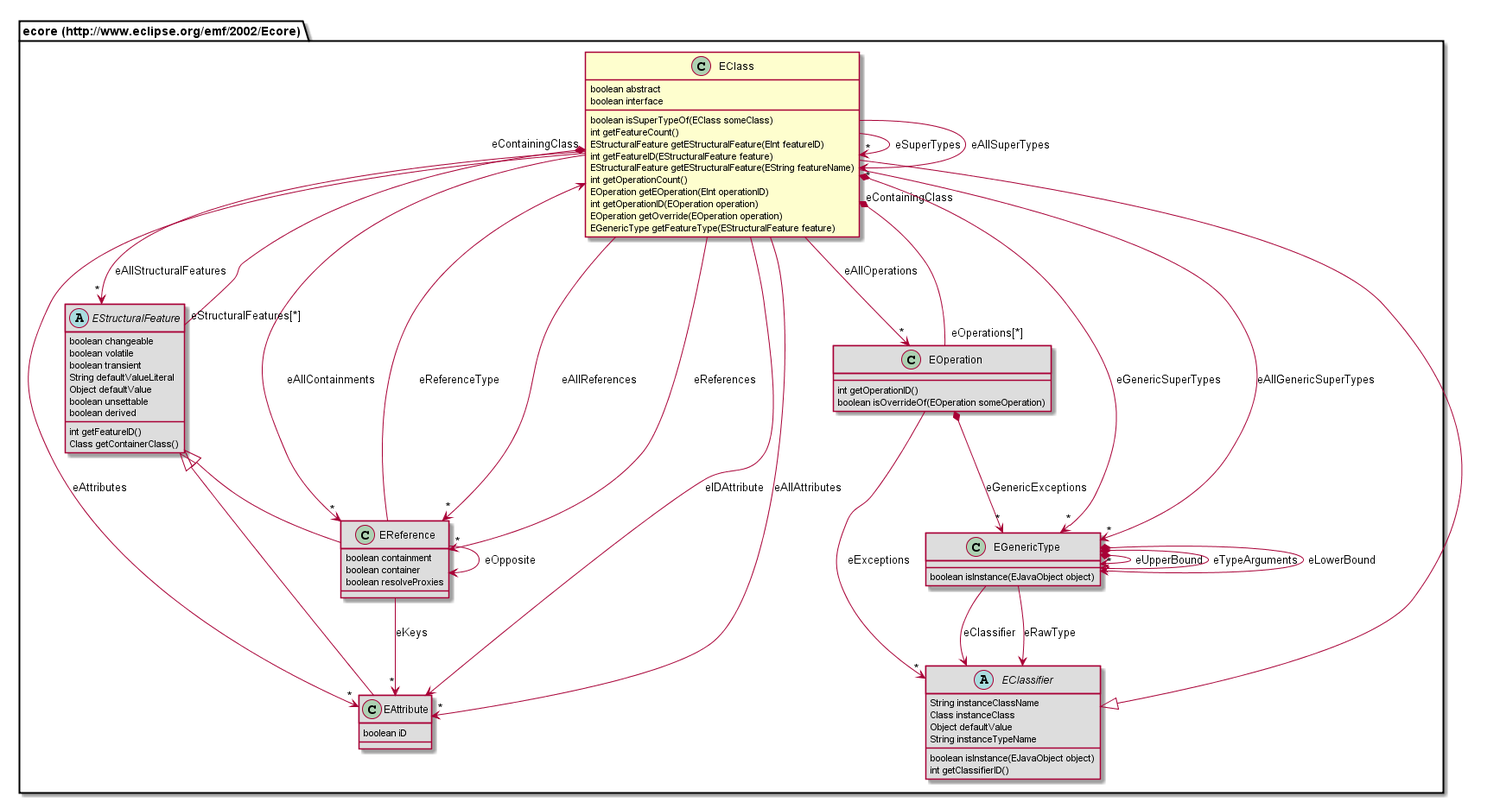
Nasdanika/codegen keeps this PlantUML diagram as org.nasdanika.codegen.editor/doc/model/687474703a2f2f7777772e65636c697073652e6f72672f656d662f323030322f45636f7265/EClass.png. Above is the earlier version.
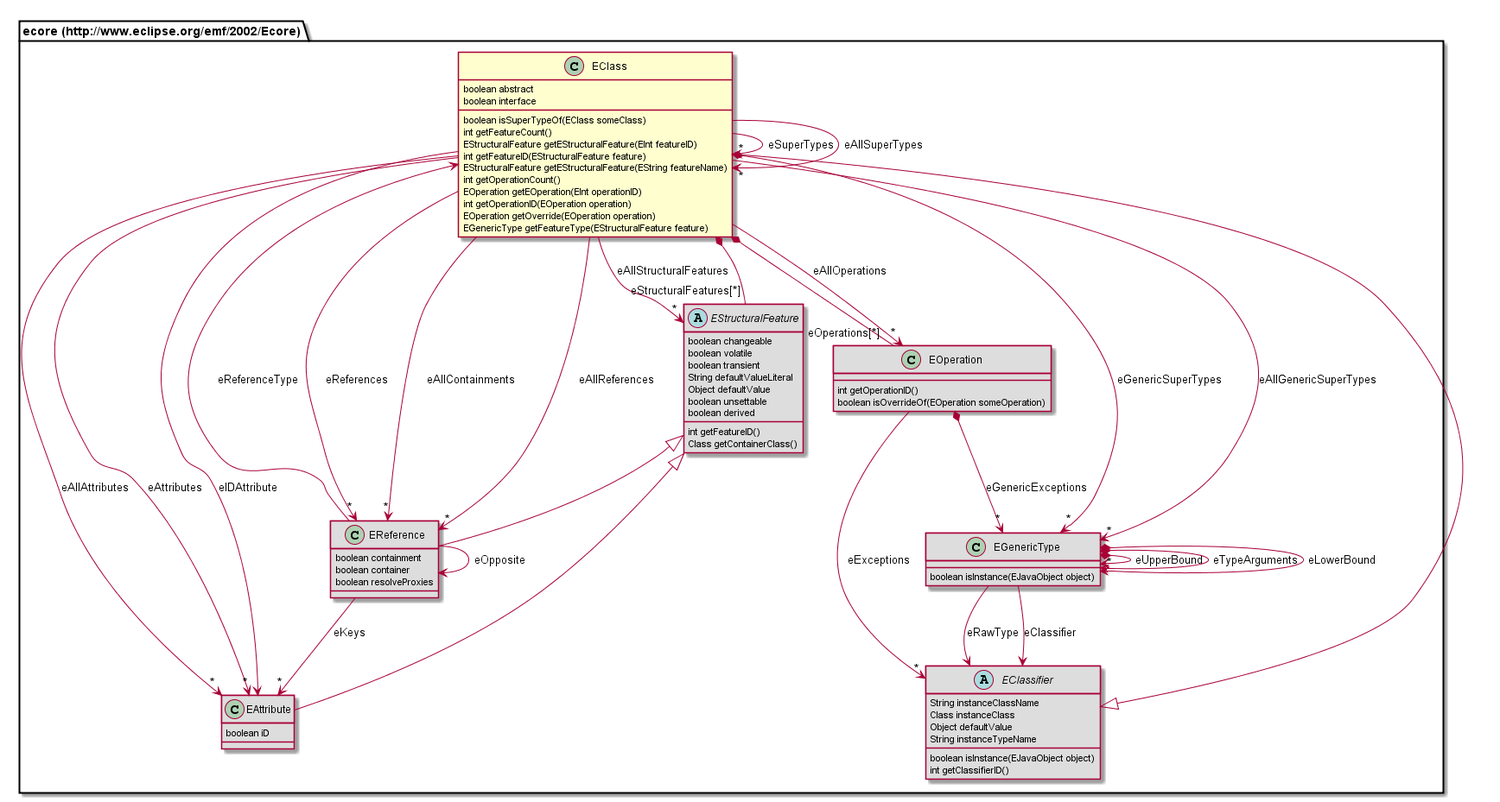
After the commit.

Diff of the diagram source:
```diff
@@ -32,9 +32,8 @@
 class "ecore (http://www.eclipse.org/emf/2002/Ecore).EGenericType" #DDDDDD {
 	boolean isInstance(EJavaObject object)
 }
-class "ecore (http://www.eclipse.org/emf/2002/Ecore).EOperation" #DDDDDD {
-	int getOperationID()
-	boolean isOverrideOf(EOperation someOperation)
+class "ecore (http://www.eclipse.org/emf/2002/Ecore).EAttribute" #DDDDDD {
+	boolean iD
 }
 abstract class "ecore (http://www.eclipse.org/emf/2002/Ecore).EClassifier" #DDDDDD {
 	String instanceClassName
@@ -44,25 +43,15 @@
 	boolean isInstance(EJavaObject object)
 	int getClassifierID()
 }
-class "ecore (http://www.eclipse.org/emf/2002/Ecore).EAttribute" #DDDDDD {
-	boolean iD
+class "ecore (http://www.eclipse.org/emf/2002/Ecore).EOperation" #DDDDDD {
+	int getOperationID()
+	boolean isOverrideOf(EOperation someOperation)
 }
+"ecore (http://www.eclipse.org/emf/2002/Ecore).EClassifier" <|-- "ecore (http://www.eclipse.org/emf/2002/Ecore).EClass"
 "ecore (http://www.eclipse.org/emf/2002/Ecore).EStructuralFeature" <|-- "ecore (http://www.eclipse.org/emf/2002/Ecore).EReference"
-"ecore (http://www.eclipse.org/emf/2002/Ecore).EClassifier" <|-- "ecore (http://www.eclipse.org/emf/2002/Ecore).EClass"
 "ecore (http://www.eclipse.org/emf/2002/Ecore).EStructuralFeature" <|-- "ecore (http://www.eclipse.org/emf/2002/Ecore).EAttribute"
-"ecore (http://www.eclipse.org/emf/2002/Ecore).EReference" --> "ecore (http://www.eclipse.org/emf/2002/Ecore).EReference" : eOpposite
-"ecore (http://www.eclipse.org/emf/2002/Ecore).EReference" --> "ecore (http://www.eclipse.org/emf/2002/Ecore).EClass" : eReferenceType
-"ecore (http://www.eclipse.org/emf/2002/Ecore).EReference" --> "*" "ecore (http://www.eclipse.org/emf/2002/Ecore).EAttribute" : eKeys
-"ecore (http://www.eclipse.org/emf/2002/Ecore).EStructuralFeature" "eStructuralFeatures[*]" --* "eContainingClass" "ecore (http://www.eclipse.org/emf/2002/Ecore).EClass"
-"ecore (http://www.eclipse.org/emf/2002/Ecore).EGenericType" *--> "ecore (http://www.eclipse.org/emf/2002/Ecore).EGenericType" : eUpperBound
-"ecore (http://www.eclipse.org/emf/2002/Ecore).EGenericType" *--> "*" "ecore (http://www.eclipse.org/emf/2002/Ecore).EGenericType" : eTypeArguments
-"ecore (http://www.eclipse.org/emf/2002/Ecore).EGenericType" --> "ecore (http://www.eclipse.org/emf/2002/Ecore).EClassifier" : eRawType
-"ecore (http://www.eclipse.org/emf/2002/Ecore).EGenericType" *--> "ecore (http://www.eclipse.org/emf/2002/Ecore).EGenericType" : eLowerBound
-"ecore (http://www.eclipse.org/emf/2002/Ecore).EGenericType" --> "ecore (http://www.eclipse.org/emf/2002/Ecore).EClassifier" : eClassifier
-"ecore (http://www.eclipse.org/emf/2002/Ecore).EOperation" "eOperations[*]" --* "eContainingClass" "ecore (http://www.eclipse.org/emf/2002/Ecore).EClass"
-"ecore (http://www.eclipse.org/emf/2002/Ecore).EOperation" --> "*" "ecore (http://www.eclipse.org/emf/2002/Ecore).EClassifier" : eExceptions
-"ecore (http://www.eclipse.org/emf/2002/Ecore).EOperation" *--> "*" "ecore (http://www.eclipse.org/emf/2002/Ecore).EGenericType" : eGenericExceptions
 "ecore (http://www.eclipse.org/emf/2002/Ecore).EClass" --> "*" "ecore (http://www.eclipse.org/emf/2002/Ecore).EClass" : eSuperTypes
+"ecore (http://www.eclipse.org/emf/2002/Ecore).EClass" *-- "eOperations[*]" "ecore (http://www.eclipse.org/emf/2002/Ecore).EOperation"
 "ecore (http://www.eclipse.org/emf/2002/Ecore).EClass" --> "*" "ecore (http://www.eclipse.org/emf/2002/Ecore).EAttribute" : eAllAttributes
 "ecore (http://www.eclipse.org/emf/2002/Ecore).EClass" --> "*" "ecore (http://www.eclipse.org/emf/2002/Ecore).EReference" : eAllReferences
 "ecore (http://www.eclipse.org/emf/2002/Ecore).EClass" --> "*" "ecore (http://www.eclipse.org/emf/2002/Ecore).EReference" : eReferences
@@ -72,6 +61,17 @@
 "ecore (http://www.eclipse.org/emf/2002/Ecore).EClass" --> "*" "ecore (http://www.eclipse.org/emf/2002/Ecore).EStructuralFeature" : eAllStructuralFeatures
 "ecore (http://www.eclipse.org/emf/2002/Ecore).EClass" --> "*" "ecore (http://www.eclipse.org/emf/2002/Ecore).EClass" : eAllSuperTypes
 "ecore (http://www.eclipse.org/emf/2002/Ecore).EClass" --> "ecore (http://www.eclipse.org/emf/2002/Ecore).EAttribute" : eIDAttribute
+"ecore (http://www.eclipse.org/emf/2002/Ecore).EClass" *-- "eStructuralFeatures[*]" "ecore (http://www.eclipse.org/emf/2002/Ecore).EStructuralFeature"
 "ecore (http://www.eclipse.org/emf/2002/Ecore).EClass" *--> "*" "ecore (http://www.eclipse.org/emf/2002/Ecore).EGenericType" : eGenericSuperTypes
 "ecore (http://www.eclipse.org/emf/2002/Ecore).EClass" --> "*" "ecore (http://www.eclipse.org/emf/2002/Ecore).EGenericType" : eAllGenericSuperTypes
+"ecore (http://www.eclipse.org/emf/2002/Ecore).EReference" --> "ecore (http://www.eclipse.org/emf/2002/Ecore).EReference" : eOpposite
+"ecore (http://www.eclipse.org/emf/2002/Ecore).EReference" --> "ecore (http://www.eclipse.org/emf/2002/Ecore).EClass" : eReferenceType
+"ecore (http://www.eclipse.org/emf/2002/Ecore).EReference" --> "*" "ecore (http://www.eclipse.org/emf/2002/Ecore).EAttribute" : eKeys
+"ecore (http://www.eclipse.org/emf/2002/Ecore).EGenericType" *--> "ecore (http://www.eclipse.org/emf/2002/Ecore).EGenericType" : eUpperBound
+"ecore (http://www.eclipse.org/emf/2002/Ecore).EGenericType" *--> "*" "ecore (http://www.eclipse.org/emf/2002/Ecore).EGenericType" : eTypeArguments
+"ecore (http://www.eclipse.org/emf/2002/Ecore).EGenericType" --> "ecore (http://www.eclipse.org/emf/2002/Ecore).EClassifier" : eRawType
+"ecore (http://www.eclipse.org/emf/2002/Ecore).EGenericType" *--> "ecore (http://www.eclipse.org/emf/2002/Ecore).EGenericType" : eLowerBound
+"ecore (http://www.eclipse.org/emf/2002/Ecore).EGenericType" --> "ecore (http://www.eclipse.org/emf/2002/Ecore).EClassifier" : eClassifier
+"ecore (http://www.eclipse.org/emf/2002/Ecore).EOperation" --> "*" "ecore (http://www.eclipse.org/emf/2002/Ecore).EClassifier" : eExceptions
+"ecore (http://www.eclipse.org/emf/2002/Ecore).EOperation" *--> "*" "ecore (http://www.eclipse.org/emf/2002/Ecore).EGenericType" : eGenericExceptions
 @enduml
```
